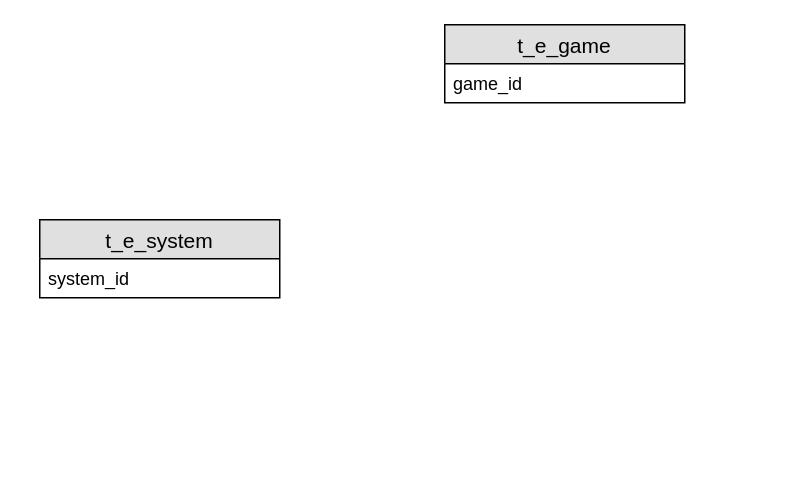
Earlier version of the draw.io diagram 收支系统表关联ER.drawio (wushengqiang/mydoc). Source tidied: cells renumbered, new cells numbered last; positions are measured from the earlier drawing's top-left corner, leaving out a move shared by most shapes. Both pictures are drawn from the tidied source at 150%, with x=0, y=0 at pixel (39, 24).
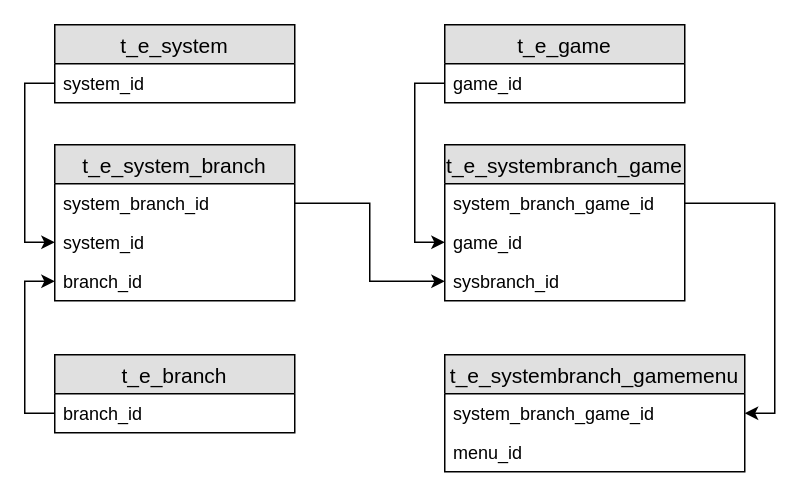
After the change.

Commit message:
更新收支系统表关联ER.drawio

The change refers to these unchanged cells:
```xml
<mxCell id="3" value="game_id" style="text;strokeColor=none;fillColor=none;spacingLeft=4;spacingRight=4;overflow=hidden;points=[[0,0.5],[1,0.5]];portConstraint=eastwest;fontSize=12;" parent="2" vertex="1">
  <mxGeometry y="26" width="160" height="26" as="geometry" />
</mxCell>
<mxCell id="5" value="system_id" style="text;strokeColor=none;fillColor=none;spacingLeft=4;spacingRight=4;overflow=hidden;points=[[0,0.5],[1,0.5]];portConstraint=eastwest;fontSize=12;" parent="4" vertex="1">
  <mxGeometry y="26" width="160" height="26" as="geometry" />
</mxCell>
```

The edit, as a diff of the source:
```diff
@@
+    <mxCell id="6" style="edgeStyle=orthogonalEdgeStyle;rounded=0;jettySize=auto;html=1;entryX=0;entryY=0.5;entryDx=0;entryDy=0;" parent="1" edge="1" source="9" target="13">
+      <mxGeometry relative="1" as="geometry" />
+    </mxCell>
+    <mxCell id="7" style="edgeStyle=orthogonalEdgeStyle;rounded=0;jettySize=auto;html=1;entryX=0;entryY=0.5;entryDx=0;entryDy=0;" parent="1" edge="1" source="5" target="12">
+      <mxGeometry relative="1" as="geometry" />
+    </mxCell>
     <mxCell id="4" value="t_e_system" style="swimlane;fontStyle=0;horizontal=1;startSize=26;fillColor=#e0e0e0;swimlaneFillColor=#ffffff;align=center;fontSize=14;" parent="1" vertex="1">
-      <mxGeometry y="130" width="160" height="52" as="geometry" />
+      <mxGeometry x="10" width="160" height="52" as="geometry" />
     </mxCell>
@@
+    <mxCell id="8" value="t_e_branch" style="swimlane;fontStyle=0;horizontal=1;startSize=26;fillColor=#e0e0e0;swimlaneFillColor=#ffffff;align=center;fontSize=14;" parent="1" vertex="1">
+      <mxGeometry x="10" y="220" width="160" height="52" as="geometry" />
+    </mxCell>
+    <mxCell id="9" value="branch_id" style="text;strokeColor=none;fillColor=none;spacingLeft=4;spacingRight=4;overflow=hidden;points=[[0,0.5],[1,0.5]];portConstraint=eastwest;fontSize=12;" parent="8" vertex="1">
+      <mxGeometry y="26" width="160" height="26" as="geometry" />
+    </mxCell>
+    <mxCell id="10" value="t_e_system_branch" style="swimlane;fontStyle=0;horizontal=1;startSize=26;fillColor=#e0e0e0;swimlaneFillColor=#ffffff;align=center;fontSize=14;" parent="1" vertex="1">
+      <mxGeometry x="10" y="80" width="160" height="104" as="geometry" />
+    </mxCell>
+    <mxCell id="11" value="system_branch_id" style="text;strokeColor=none;fillColor=none;spacingLeft=4;spacingRight=4;overflow=hidden;points=[[0,0.5],[1,0.5]];portConstraint=eastwest;fontSize=12;" parent="10" vertex="1">
+      <mxGeometry y="26" width="160" height="26" as="geometry" />
+    </mxCell>
+    <mxCell id="12" value="system_id" style="text;strokeColor=none;fillColor=none;spacingLeft=4;spacingRight=4;overflow=hidden;points=[[0,0.5],[1,0.5]];portConstraint=eastwest;fontSize=12;" parent="10" vertex="1">
+      <mxGeometry y="52" width="160" height="26" as="geometry" />
+    </mxCell>
+    <mxCell id="13" value="branch_id" style="text;strokeColor=none;fillColor=none;spacingLeft=4;spacingRight=4;overflow=hidden;points=[[0,0.5],[1,0.5]];portConstraint=eastwest;fontSize=12;" parent="10" vertex="1">
+      <mxGeometry y="78" width="160" height="26" as="geometry" />
+    </mxCell>
+    <mxCell id="14" value="t_e_systembranch_game" style="swimlane;fontStyle=0;horizontal=1;startSize=26;fillColor=#e0e0e0;swimlaneFillColor=#ffffff;align=center;fontSize=14;" parent="1" vertex="1">
+      <mxGeometry x="270" y="80" width="160" height="104" as="geometry" />
+    </mxCell>
+    <mxCell id="15" value="system_branch_game_id" style="text;strokeColor=none;fillColor=none;spacingLeft=4;spacingRight=4;overflow=hidden;points=[[0,0.5],[1,0.5]];portConstraint=eastwest;fontSize=12;" parent="14" vertex="1">
+      <mxGeometry y="26" width="160" height="26" as="geometry" />
+    </mxCell>
+    <mxCell id="16" value="game_id" style="text;strokeColor=none;fillColor=none;spacingLeft=4;spacingRight=4;overflow=hidden;points=[[0,0.5],[1,0.5]];portConstraint=eastwest;fontSize=12;" parent="14" vertex="1">
+      <mxGeometry y="52" width="160" height="26" as="geometry" />
+    </mxCell>
+    <mxCell id="17" value="sysbranch_id" style="text;strokeColor=none;fillColor=none;spacingLeft=4;spacingRight=4;overflow=hidden;points=[[0,0.5],[1,0.5]];portConstraint=eastwest;fontSize=12;" parent="14" vertex="1">
+      <mxGeometry y="78" width="160" height="26" as="geometry" />
+    </mxCell>
+    <mxCell id="18" style="edgeStyle=orthogonalEdgeStyle;rounded=0;jettySize=auto;html=1;" parent="1" edge="1" source="11" target="17">
+      <mxGeometry relative="1" as="geometry" />
+    </mxCell>
+    <mxCell id="19" style="edgeStyle=orthogonalEdgeStyle;rounded=0;jettySize=auto;html=1;entryX=0;entryY=0.5;entryDx=0;entryDy=0;" parent="1" edge="1" source="3" target="16">
+      <mxGeometry relative="1" as="geometry" />
+    </mxCell>
+    <mxCell id="20" value="t_e_systembranch_gamemenu" style="swimlane;fontStyle=0;horizontal=1;startSize=26;fillColor=#e0e0e0;swimlaneFillColor=#ffffff;align=center;fontSize=14;" parent="1" vertex="1">
+      <mxGeometry x="270" y="220" width="200" height="78" as="geometry" />
+    </mxCell>
+    <mxCell id="21" value="system_branch_game_id" style="text;strokeColor=none;fillColor=none;spacingLeft=4;spacingRight=4;overflow=hidden;points=[[0,0.5],[1,0.5]];portConstraint=eastwest;fontSize=12;" parent="20" vertex="1">
+      <mxGeometry y="26" width="200" height="26" as="geometry" />
+    </mxCell>
+    <mxCell id="22" value="menu_id" style="text;strokeColor=none;fillColor=none;spacingLeft=4;spacingRight=4;overflow=hidden;fontSize=12;" parent="20" vertex="1">
+      <mxGeometry y="52" width="200" height="26" as="geometry" />
+    </mxCell>
+    <mxCell id="23" style="edgeStyle=orthogonalEdgeStyle;rounded=0;jettySize=auto;html=1;entryX=1;entryY=0.5;entryDx=0;entryDy=0;" parent="1" edge="1" source="15" target="21">
+      <mxGeometry relative="1" as="geometry" />
+    </mxCell>
```
